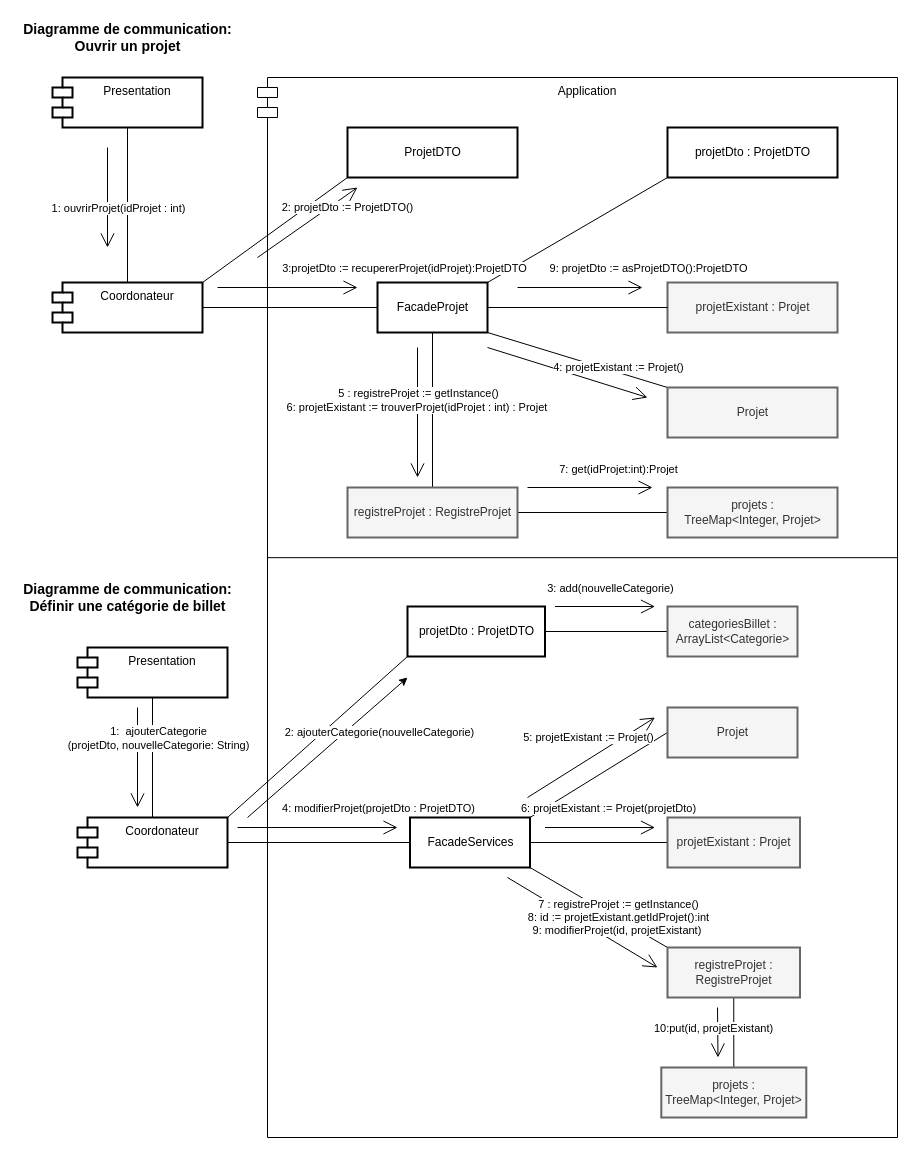
This is Diagrammes de conception/Diagrammes de communication/Definir_Categorie_UC.drawio from ChristWasTaken/Projet-Conception-et-Archictecture, a draw.io file, before an edit. Source tidied: cells renumbered, new cells numbered last; positions are measured from the earlier drawing's top-left corner, leaving out a move shared by most shapes. Both pictures are drawn from the tidied source at 100%, with x=0, y=0 at pixel (17, 17).
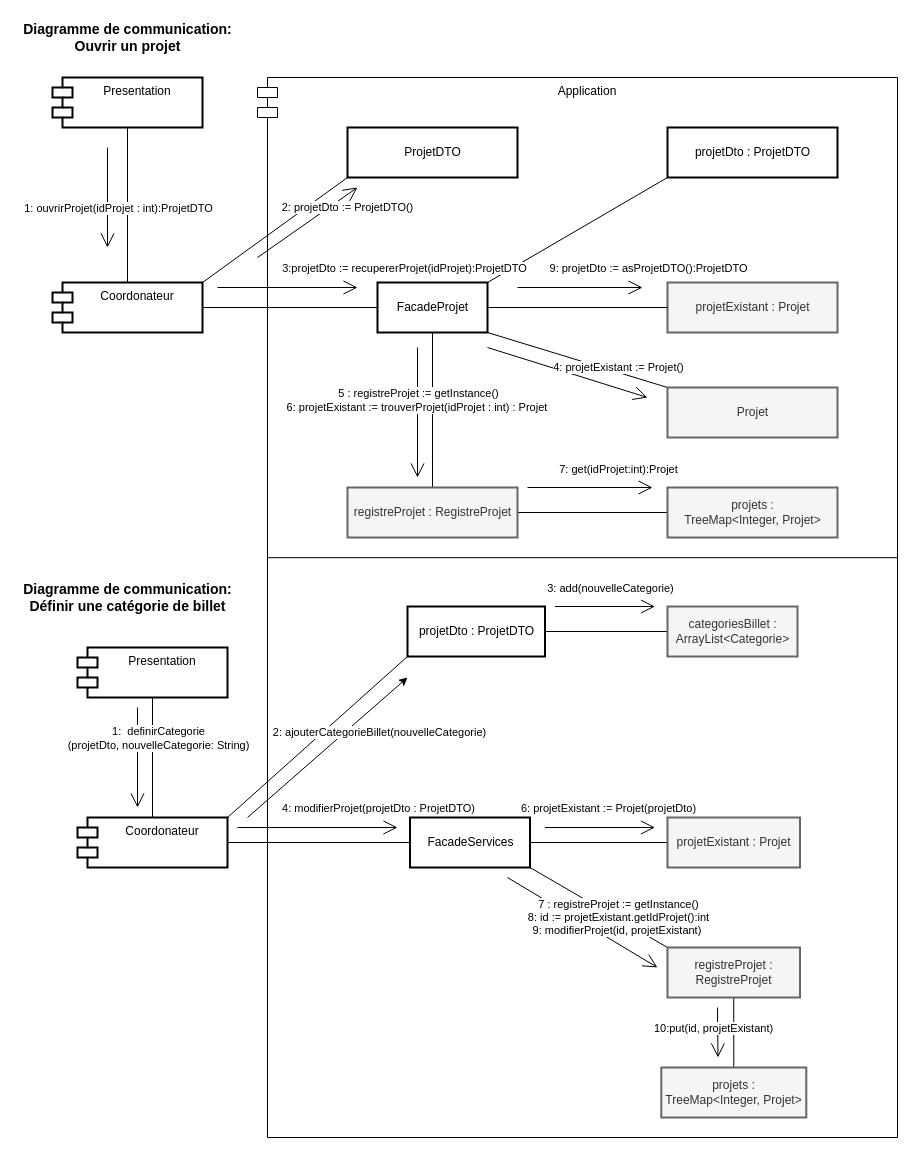
Above is the later version.

The change refers to these unchanged cells:
```xml
<mxCell id="9" value="FacadeServices" style="html=1;strokeWidth=2;" parent="1" vertex="1">
  <mxGeometry x="392.5" y="800" width="120" height="50" as="geometry" />
</mxCell>
<mxCell id="26" style="endArrow=open;endFill=1;endSize=12;html=1;rounded=0;" parent="1" edge="1">
  <mxGeometry relative="1" as="geometry">
    <mxPoint x="90" y="130" as="sourcePoint" />
    <mxPoint x="90" y="230" as="targetPoint" />
  </mxGeometry>
</mxCell>
<mxCell id="52" style="endArrow=open;endFill=1;endSize=12;html=1;rounded=0;" parent="1" edge="1">
  <mxGeometry relative="1" as="geometry">
    <mxPoint x="120" y="690" as="sourcePoint" />
    <mxPoint x="120" y="790" as="targetPoint" />
  </mxGeometry>
</mxCell>
<mxCell id="58" style="endArrow=classic;html=1;rounded=0;" parent="1" edge="1">
  <mxGeometry relative="1" as="geometry">
    <mxPoint x="230" y="800" as="sourcePoint" />
    <mxPoint x="390" y="660" as="targetPoint" />
  </mxGeometry>
</mxCell>
```

Diff of the diagram source:
```diff
@@
-    <mxCell id="8" style="edgeStyle=none;rounded=0;jettySize=auto;html=1;exitX=1;exitY=0;exitDx=0;exitDy=0;entryX=0;entryY=0.5;entryDx=0;entryDy=0;endArrow=none;endFill=0;" parent="1" edge="1" source="9" target="67">
-      <mxGeometry relative="1" as="geometry" />
-    </mxCell>
@@
-    <mxCell id="27" value="1: ouvrirProjet(idProjet : int)" style="edgeLabel;html=1;align=center;verticalAlign=middle;" parent="26" vertex="1">
+    <mxCell id="27" value="1: ouvrirProjet(idProjet : int):ProjetDTO" style="edgeLabel;html=1;align=center;verticalAlign=middle;" parent="26" vertex="1">
       <mxGeometry x="0.18" relative="1" as="geometry">
         <mxPoint x="10" y="1" as="offset" />
       </mxGeometry>
     </mxCell>
@@
-    <mxCell id="53" value="1:&amp;nbsp; ajouterCategorie&lt;br&gt;(projetDto, nouvelleCategorie: String)" style="edgeLabel;html=1;align=center;verticalAlign=middle;" parent="52" vertex="1">
+    <mxCell id="53" value="1:&amp;nbsp; definirCategorie&lt;br&gt;(projetDto, nouvelleCategorie: String)" style="edgeLabel;html=1;align=center;verticalAlign=middle;" parent="52" vertex="1">
       <mxGeometry x="0.18" relative="1" as="geometry">
         <mxPoint x="20" y="-29" as="offset" />
       </mxGeometry>
     </mxCell>
@@
-    <mxCell id="59" value="2: ajouterCategorie(nouvelleCategorie)" style="edgeLabel;html=1;align=center;verticalAlign=middle;" parent="58" vertex="1">
+    <mxCell id="59" value="2: ajouterCategorieBillet(nouvelleCategorie)" style="edgeLabel;html=1;align=center;verticalAlign=middle;" parent="58" vertex="1">
       <mxGeometry x="-0.41" y="-1" relative="1" as="geometry">
         <mxPoint x="83" y="-45" as="offset" />
       </mxGeometry>
     </mxCell>
@@
-    <mxCell id="67" value="Projet" style="html=1;strokeWidth=2;fillColor=#f5f5f5;fontColor=#333333;strokeColor=#666666;" parent="1" vertex="1">
-      <mxGeometry x="650" y="690" width="130" height="50" as="geometry" />
-    </mxCell>
-    <mxCell id="68" style="endArrow=open;endFill=1;endSize=12;html=1;rounded=0;" parent="1" edge="1">
-      <mxGeometry relative="1" as="geometry">
-        <mxPoint x="510" y="780" as="sourcePoint" />
-        <mxPoint x="637.5" y="700" as="targetPoint" />
-      </mxGeometry>
-    </mxCell>
-    <mxCell id="69" value="5: projetExistant := Projet()" style="edgeLabel;html=1;align=center;verticalAlign=middle;" parent="68" vertex="1">
-      <mxGeometry x="0.18" relative="1" as="geometry">
-        <mxPoint x="-15" y="-13" as="offset" />
-      </mxGeometry>
-    </mxCell>
```
